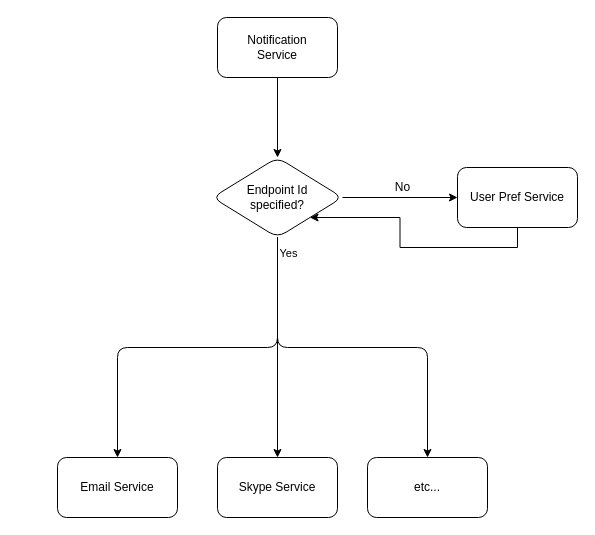
The draw.io diagram page "Architecture" (1 of 4) of Drawings/Microservices/People/PeopleService.drawio in RMSLowside/rmslow, before the edit. Source tidied: cells renumbered, new cells numbered last; positions are measured from the earlier drawing's top-left corner, leaving out a move shared by most shapes. Both pictures are drawn from the tidied source at 100%, with x=0, y=0 at pixel (57, 17).
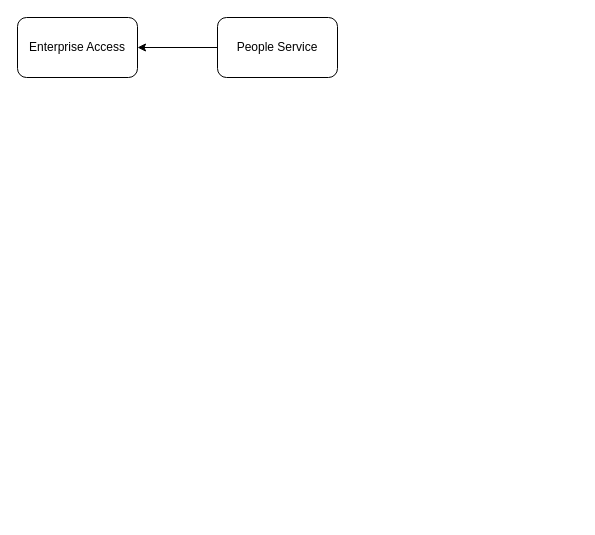
The same page after the edit.

Change to the diagram source:
```diff
@@
 <mxGraphModel>
   <root>
     <mxCell id="0" />
     <mxCell id="1" parent="0" />
-    <mxCell id="2" style="edgeStyle=orthogonalEdgeStyle;jettySize=auto;html=1;exitX=0.5;exitY=1;exitDx=0;exitDy=0;" parent="1" edge="1" source="14" target="8">
-      <mxGeometry relative="1" as="geometry" />
-    </mxCell>
-    <mxCell id="3" style="edgeStyle=orthogonalEdgeStyle;jettySize=auto;html=1;exitX=0.5;exitY=1;exitDx=0;exitDy=0;" parent="1" edge="1" source="14" target="9">
-      <mxGeometry relative="1" as="geometry" />
-    </mxCell>
-    <mxCell id="4" style="edgeStyle=orthogonalEdgeStyle;jettySize=auto;html=1;exitX=0.5;exitY=1;exitDx=0;exitDy=0;entryX=0.5;entryY=0;entryDx=0;entryDy=0;" parent="1" edge="1" source="14" target="10">
-      <mxGeometry relative="1" as="geometry" />
-    </mxCell>
-    <mxCell id="5" value="Yes" style="edgeLabel;html=1;align=center;verticalAlign=middle;rounded=1;" parent="4" vertex="1">
-      <mxGeometry x="-0.71" y="-2" relative="1" as="geometry">
-        <mxPoint x="12" y="-39" as="offset" />
-      </mxGeometry>
-    </mxCell>
-    <mxCell id="6" style="edgeStyle=orthogonalEdgeStyle;jettySize=auto;html=1;exitX=1;exitY=0.5;exitDx=0;exitDy=0;" parent="1" edge="1" source="14" target="12">
-      <mxGeometry relative="1" as="geometry" />
-    </mxCell>
+    <mxCell id="16" style="edgeStyle=orthogonalEdgeStyle;rounded=0;jettySize=auto;html=1;exitX=0;exitY=0.5;exitDx=0;exitDy=0;entryX=1;entryY=0.5;entryDx=0;entryDy=0;" parent="1" edge="1" source="7" target="17">
+      <mxGeometry relative="1" as="geometry" />
+    </mxCell>
-    <mxCell id="7" value="Notification &lt;br&gt;Service" style="whiteSpace=wrap;html=1;rounded=1;" parent="1" vertex="1">
+    <mxCell id="7" value="People Service" style="whiteSpace=wrap;html=1;rounded=1;" parent="1" vertex="1">
       <mxGeometry x="160" width="120" height="60" as="geometry" />
     </mxCell>
-    <mxCell id="8" value="Email Service" style="whiteSpace=wrap;html=1;rounded=1;" parent="1" vertex="1">
-      <mxGeometry y="440" width="120" height="60" as="geometry" />
-    </mxCell>
-    <mxCell id="9" value="Skype Service" style="whiteSpace=wrap;html=1;rounded=1;" parent="1" vertex="1">
-      <mxGeometry x="160" y="440" width="120" height="60" as="geometry" />
-    </mxCell>
-    <mxCell id="10" value="etc..." style="whiteSpace=wrap;html=1;rounded=1;" parent="1" vertex="1">
-      <mxGeometry x="310" y="440" width="120" height="60" as="geometry" />
-    </mxCell>
-    <mxCell id="11" style="edgeStyle=orthogonalEdgeStyle;rounded=0;jettySize=auto;html=1;exitX=0.5;exitY=1;exitDx=0;exitDy=0;entryX=1;entryY=1;entryDx=0;entryDy=0;" parent="1" edge="1" source="12" target="14">
-      <mxGeometry relative="1" as="geometry" />
-    </mxCell>
-    <mxCell id="12" value="User Pref Service" style="whiteSpace=wrap;html=1;rounded=1;" parent="1" vertex="1">
-      <mxGeometry x="400" y="150" width="120" height="60" as="geometry" />
-    </mxCell>
-    <mxCell id="13" style="edgeStyle=orthogonalEdgeStyle;jettySize=auto;html=1;entryX=0.5;entryY=1;entryDx=0;entryDy=0;exitX=0.5;exitY=0;exitDx=0;exitDy=0;endArrow=none;endFill=0;startArrow=classic;startFill=1;" parent="1" edge="1" source="14" target="7">
-      <mxGeometry relative="1" as="geometry" />
-    </mxCell>
-    <mxCell id="14" value="Endpoint Id &lt;br&gt;specified?" style="rhombus;whiteSpace=wrap;html=1;rounded=1;" parent="1" vertex="1">
-      <mxGeometry x="155" y="140" width="130" height="80" as="geometry" />
-    </mxCell>
-    <mxCell id="15" value="No" style="text;html=1;align=center;verticalAlign=middle;rounded=1;" parent="1" vertex="1">
-      <mxGeometry x="330" y="160" width="30" height="20" as="geometry" />
-    </mxCell>
+    <mxCell id="17" value="Enterprise Access" style="whiteSpace=wrap;html=1;rounded=1;" parent="1" vertex="1">
+      <mxGeometry x="-40" width="120" height="60" as="geometry" />
+    </mxCell>
   </root>
 </mxGraphModel>
```
